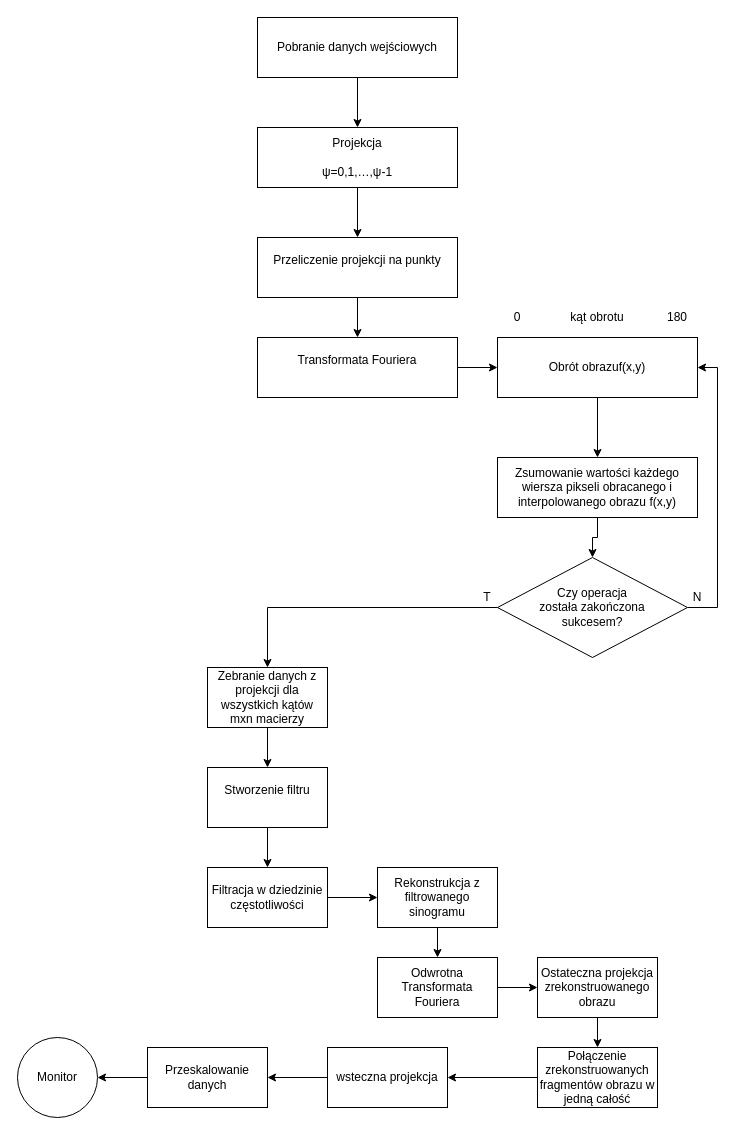
effype/shepp-logan-phantom keeps this draw.io diagram as img/Diagram.drawio. Above is the earlier version. Source tidied: cells renumbered, new cells numbered last; positions are measured from the earlier drawing's top-left corner, leaving out a move shared by most shapes. Both pictures are drawn from the tidied source at 100%, with x=0, y=0 at pixel (17, 17).
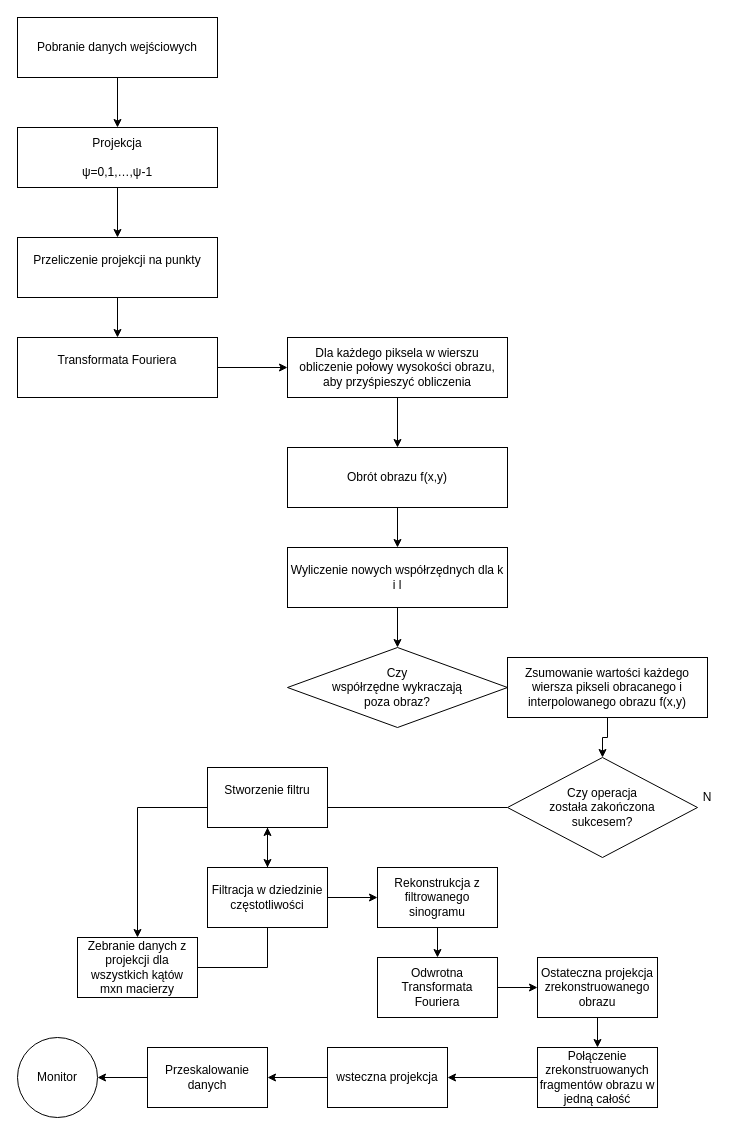
After the change.

What changed in the source:
```diff
@@
     <mxCell id="3" value="Pobranie danych wejściowych" style="rounded=1;whiteSpace=wrap;html=1;arcSize=0;" parent="1" vertex="1">
-      <mxGeometry x="240" width="200" height="60" as="geometry" />
+      <mxGeometry width="200" height="60" as="geometry" />
     </mxCell>
@@
     <mxCell id="5" value="&lt;div&gt;Projekcja&lt;/div&gt;&lt;div&gt;&lt;br&gt;&lt;/div&gt;ψ=0,1,…,ψ-1" style="rounded=1;whiteSpace=wrap;html=1;arcSize=0;" parent="1" vertex="1">
-      <mxGeometry x="240" y="110" width="200" height="60" as="geometry" />
+      <mxGeometry y="110" width="200" height="60" as="geometry" />
     </mxCell>
@@
     <mxCell id="7" value="&lt;div&gt;Przeliczenie projekcji na punkty&lt;/div&gt;&lt;div&gt;&lt;br&gt;&lt;/div&gt;" style="rounded=1;whiteSpace=wrap;html=1;arcSize=0;" parent="1" vertex="1">
-      <mxGeometry x="240" y="220" width="200" height="60" as="geometry" />
+      <mxGeometry y="220" width="200" height="60" as="geometry" />
     </mxCell>
-    <mxCell id="8" style="edgeStyle=orthogonalEdgeStyle;rounded=0;jettySize=auto;html=1;" parent="1" edge="1" source="9" target="11">
-      <mxGeometry relative="1" as="geometry" />
-    </mxCell>
+    <mxCell id="41" style="edgeStyle=orthogonalEdgeStyle;rounded=0;jettySize=auto;html=1;" parent="1" edge="1" source="9" target="44">
+      <mxGeometry relative="1" as="geometry" />
+    </mxCell>
     <mxCell id="9" value="&lt;div&gt;Transformata Fouriera&lt;/div&gt;&lt;div&gt;&lt;/div&gt;&lt;div&gt;&lt;br&gt;&lt;/div&gt;" style="rounded=0;whiteSpace=wrap;html=1;" parent="1" vertex="1">
-      <mxGeometry x="240" y="320" width="200" height="60" as="geometry" />
+      <mxGeometry y="320" width="200" height="60" as="geometry" />
     </mxCell>
-    <mxCell id="10" style="edgeStyle=orthogonalEdgeStyle;rounded=0;jettySize=auto;html=1;" parent="1" edge="1" source="11" target="13">
-      <mxGeometry relative="1" as="geometry" />
-    </mxCell>
+    <mxCell id="42" style="edgeStyle=orthogonalEdgeStyle;rounded=0;jettySize=auto;html=1;" parent="1" edge="1" source="11" target="46">
+      <mxGeometry relative="1" as="geometry" />
+    </mxCell>
-    <mxCell id="11" value="&lt;div&gt;Obrót obrazuf(x,y)&lt;/div&gt;" style="rounded=0;whiteSpace=wrap;html=1;" parent="1" vertex="1">
-      <mxGeometry x="480" y="320" width="200" height="60" as="geometry" />
+    <mxCell id="11" value="&lt;div&gt;Obrót obrazu f(x,y)&lt;/div&gt;" style="rounded=0;whiteSpace=wrap;html=1;" parent="1" vertex="1">
+      <mxGeometry x="270" y="430" width="220" height="60" as="geometry" />
     </mxCell>
@@
     <mxCell id="13" value="Zsumowanie wartości każdego wiersza pikseli obracanego i interpolowanego obrazu f(x,y)" style="rounded=0;whiteSpace=wrap;html=1;" parent="1" vertex="1">
-      <mxGeometry x="480" y="440" width="200" height="60" as="geometry" />
+      <mxGeometry x="490" y="640" width="200" height="60" as="geometry" />
     </mxCell>
-    <mxCell id="14" value="kąt obrotu" style="text;html=1;strokeColor=none;fillColor=none;align=center;verticalAlign=middle;whiteSpace=wrap;rounded=0;rotation=0;" parent="1" vertex="1">
-      <mxGeometry x="550" y="290" width="60" height="20" as="geometry" />
-    </mxCell>
-    <mxCell id="15" value="0" style="text;html=1;strokeColor=none;fillColor=none;align=center;verticalAlign=middle;whiteSpace=wrap;rounded=0;" parent="1" vertex="1">
-      <mxGeometry x="480" y="290" width="40" height="20" as="geometry" />
-    </mxCell>
-    <mxCell id="16" value="180" style="text;html=1;strokeColor=none;fillColor=none;align=center;verticalAlign=middle;whiteSpace=wrap;rounded=0;" parent="1" vertex="1">
-      <mxGeometry x="640" y="290" width="40" height="20" as="geometry" />
-    </mxCell>
-    <mxCell id="17" style="edgeStyle=orthogonalEdgeStyle;rounded=0;jettySize=auto;html=1;entryX=1;entryY=0.5;entryDx=0;entryDy=0;" parent="1" edge="1" source="19" target="11">
-      <mxGeometry relative="1" as="geometry">
-        <Array as="points">
-          <mxPoint x="700" y="590" />
-          <mxPoint x="700" y="350" />
-        </Array>
-      </mxGeometry>
-    </mxCell>
@@
     <mxCell id="19" value="&lt;div&gt;Czy operacja &lt;br&gt;&lt;/div&gt;&lt;div&gt;została zakończona &lt;br&gt;&lt;/div&gt;&lt;div&gt;sukcesem?&lt;/div&gt;" style="rhombus;whiteSpace=wrap;html=1;" parent="1" vertex="1">
-      <mxGeometry x="480" y="540" width="190" height="100" as="geometry" />
+      <mxGeometry x="490" y="740" width="190" height="100" as="geometry" />
     </mxCell>
     <mxCell id="20" value="N" style="text;html=1;strokeColor=none;fillColor=none;align=center;verticalAlign=middle;whiteSpace=wrap;rounded=0;" parent="1" vertex="1">
-      <mxGeometry x="660" y="570" width="40" height="20" as="geometry" />
+      <mxGeometry x="670" y="770" width="40" height="20" as="geometry" />
     </mxCell>
-    <mxCell id="21" value="T" style="text;html=1;strokeColor=none;fillColor=none;align=center;verticalAlign=middle;whiteSpace=wrap;rounded=0;" parent="1" vertex="1">
-      <mxGeometry x="450" y="570" width="40" height="20" as="geometry" />
-    </mxCell>
@@
     <mxCell id="23" value="Zebranie danych z projekcji dla wszystkich kątów mxn macierzy" style="rounded=0;whiteSpace=wrap;html=1;" parent="1" vertex="1">
-      <mxGeometry x="190" y="650" width="120" height="60" as="geometry" />
+      <mxGeometry x="60" y="920" width="120" height="60" as="geometry" />
     </mxCell>
@@
+    <mxCell id="43" style="edgeStyle=orthogonalEdgeStyle;rounded=0;jettySize=auto;html=1;" parent="1" edge="1" source="44" target="11">
+      <mxGeometry relative="1" as="geometry" />
+    </mxCell>
+    <mxCell id="44" value="Dla każdego piksela w wierszu obliczenie połowy wysokości obrazu, aby przyśpieszyć obliczenia" style="rounded=0;whiteSpace=wrap;html=1;" parent="1" vertex="1">
+      <mxGeometry x="270" y="320" width="220" height="60" as="geometry" />
+    </mxCell>
+    <mxCell id="45" style="edgeStyle=orthogonalEdgeStyle;rounded=0;jettySize=auto;html=1;" parent="1" edge="1" source="46" target="47">
+      <mxGeometry relative="1" as="geometry" />
+    </mxCell>
+    <mxCell id="46" value="Wyliczenie nowych współrzędnych dla k i l" style="rounded=0;whiteSpace=wrap;html=1;" parent="1" vertex="1">
+      <mxGeometry x="270" y="530" width="220" height="60" as="geometry" />
+    </mxCell>
+    <mxCell id="47" value="&lt;div&gt;Czy&lt;/div&gt;&lt;div&gt;współrzędne wykraczają &lt;br&gt;&lt;/div&gt;&lt;div&gt;poza obraz?&lt;br&gt;&lt;/div&gt;" style="rhombus;whiteSpace=wrap;html=1;" parent="1" vertex="1">
+      <mxGeometry x="270" y="630" width="220" height="80" as="geometry" />
+    </mxCell>
```
